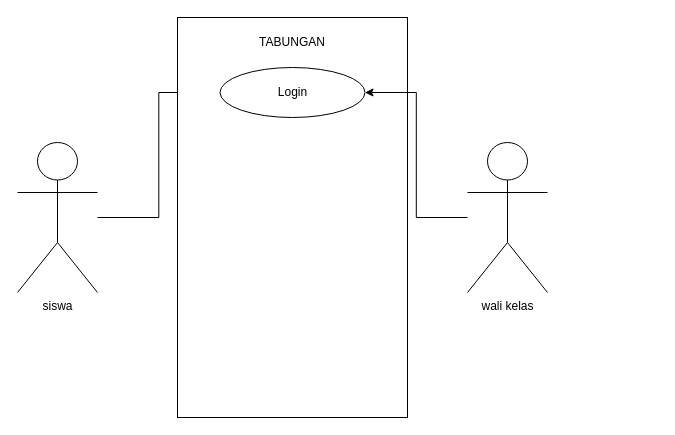
Earlier version of the draw.io diagram use-case.drawio (titapuspitas/Tefa-Tabungan). Source tidied: cells renumbered, new cells numbered last; positions are measured from the earlier drawing's top-left corner, leaving out a move shared by most shapes. Both pictures are drawn from the tidied source at 100%, with x=0, y=0 at pixel (17, 17).
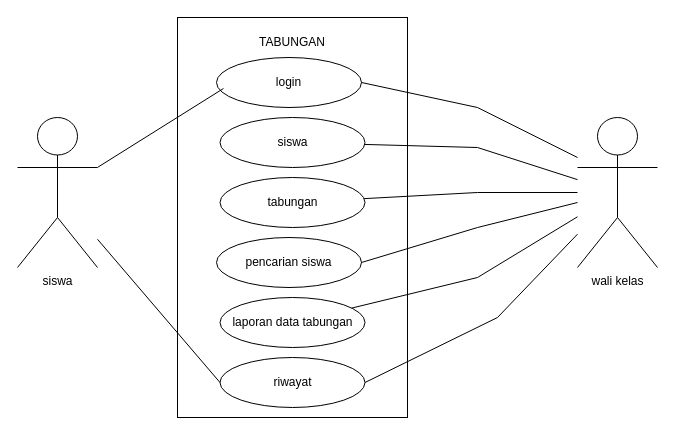
The same page after the edit.

The edit, as a diff of the source:
```diff
@@
-    <mxCell id="2" style="edgeStyle=orthogonalEdgeStyle;rounded=0;jettySize=auto;html=1;entryX=0;entryY=0.5;entryDx=0;entryDy=0;" parent="1" edge="1" source="3" target="8">
-      <mxGeometry relative="1" as="geometry" />
-    </mxCell>
     <mxCell id="3" value="siswa&lt;div&gt;&lt;br&gt;&lt;/div&gt;" style="shape=umlActor;verticalLabelPosition=bottom;verticalAlign=top;html=1;outlineConnect=0;" parent="1" vertex="1">
-      <mxGeometry y="125" width="80" height="150" as="geometry" />
+      <mxGeometry y="100" width="80" height="150" as="geometry" />
     </mxCell>
@@
-    <mxCell id="5" style="edgeStyle=orthogonalEdgeStyle;rounded=0;jettySize=auto;html=1;entryX=1;entryY=0.5;entryDx=0;entryDy=0;" parent="1" edge="1" source="6" target="8">
-      <mxGeometry relative="1" as="geometry" />
-    </mxCell>
     <mxCell id="6" value="&lt;div&gt;wali kelas&lt;/div&gt;&lt;div&gt;&lt;br&gt;&lt;/div&gt;" style="shape=umlActor;verticalLabelPosition=bottom;verticalAlign=top;html=1;outlineConnect=0;" parent="1" vertex="1">
-      <mxGeometry x="450" y="125" width="80" height="150" as="geometry" />
+      <mxGeometry x="560" y="100" width="80" height="150" as="geometry" />
     </mxCell>
@@
-    <mxCell id="8" value="Login" style="ellipse;whiteSpace=wrap;html=1;" parent="1" vertex="1">
-      <mxGeometry x="202.5" y="50" width="145" height="50" as="geometry" />
+    <mxCell id="8" value="siswa" style="ellipse;whiteSpace=wrap;html=1;" parent="1" vertex="1">
+      <mxGeometry x="202.5" y="100" width="145" height="50" as="geometry" />
     </mxCell>
+    <mxCell id="9" value="tabungan" style="ellipse;whiteSpace=wrap;html=1;" parent="1" vertex="1">
+      <mxGeometry x="202.5" y="160" width="145" height="50" as="geometry" />
+    </mxCell>
+    <mxCell id="10" value="laporan data tabungan" style="ellipse;whiteSpace=wrap;html=1;" parent="1" vertex="1">
+      <mxGeometry x="202.5" y="280" width="145" height="50" as="geometry" />
+    </mxCell>
+    <mxCell id="11" value="riwayat" style="ellipse;whiteSpace=wrap;html=1;" parent="1" vertex="1">
+      <mxGeometry x="202.5" y="340" width="145" height="50" as="geometry" />
+    </mxCell>
+    <mxCell id="12" style="endArrow=none;html=1;rounded=0;entryX=0;entryY=0.5;entryDx=0;entryDy=0;" parent="1" edge="1" source="3" target="11">
+      <mxGeometry relative="1" as="geometry" />
+    </mxCell>
+    <mxCell id="13" style="endArrow=none;html=1;rounded=0;exitX=1;exitY=0.5;exitDx=0;exitDy=0;" parent="1" edge="1" source="11" target="6">
+      <mxGeometry relative="1" as="geometry">
+        <Array as="points">
+          <mxPoint x="480" y="300" />
+        </Array>
+      </mxGeometry>
+    </mxCell>
+    <mxCell id="14" style="endArrow=none;html=1;rounded=0;" parent="1" edge="1" source="8" target="6">
+      <mxGeometry relative="1" as="geometry">
+        <Array as="points">
+          <mxPoint x="460" y="130" />
+        </Array>
+      </mxGeometry>
+    </mxCell>
+    <mxCell id="15" style="endArrow=none;html=1;rounded=0;" parent="1" edge="1" source="10" target="6">
+      <mxGeometry relative="1" as="geometry">
+        <Array as="points">
+          <mxPoint x="460" y="260" />
+        </Array>
+      </mxGeometry>
+    </mxCell>
+    <mxCell id="16" value="pencarian siswa" style="ellipse;whiteSpace=wrap;html=1;" parent="1" vertex="1">
+      <mxGeometry x="199" y="220" width="145" height="50" as="geometry" />
+    </mxCell>
+    <mxCell id="17" style="endArrow=none;html=1;rounded=0;exitX=1;exitY=0.5;exitDx=0;exitDy=0;" parent="1" edge="1" source="16" target="6">
+      <mxGeometry relative="1" as="geometry">
+        <Array as="points">
+          <mxPoint x="460" y="210" />
+        </Array>
+      </mxGeometry>
+    </mxCell>
+    <mxCell id="18" style="endArrow=none;html=1;rounded=0;" parent="1" edge="1" source="9" target="6">
+      <mxGeometry relative="1" as="geometry">
+        <Array as="points">
+          <mxPoint x="460" y="175" />
+        </Array>
+      </mxGeometry>
+    </mxCell>
+    <mxCell id="19" value="login" style="ellipse;whiteSpace=wrap;html=1;" parent="1" vertex="1">
+      <mxGeometry x="199" y="40" width="145" height="50" as="geometry" />
+    </mxCell>
+    <mxCell id="20" style="endArrow=none;html=1;rounded=0;entryX=0.048;entryY=0.62;entryDx=0;entryDy=0;entryPerimeter=0;" parent="1" edge="1" source="3" target="19">
+      <mxGeometry relative="1" as="geometry" />
+    </mxCell>
+    <mxCell id="21" style="endArrow=none;html=1;rounded=0;exitX=1;exitY=0.5;exitDx=0;exitDy=0;" parent="1" edge="1" source="19">
+      <mxGeometry relative="1" as="geometry">
+        <mxPoint x="560" y="140" as="targetPoint" />
+        <Array as="points">
+          <mxPoint x="460" y="90" />
+        </Array>
+      </mxGeometry>
+    </mxCell>
```
